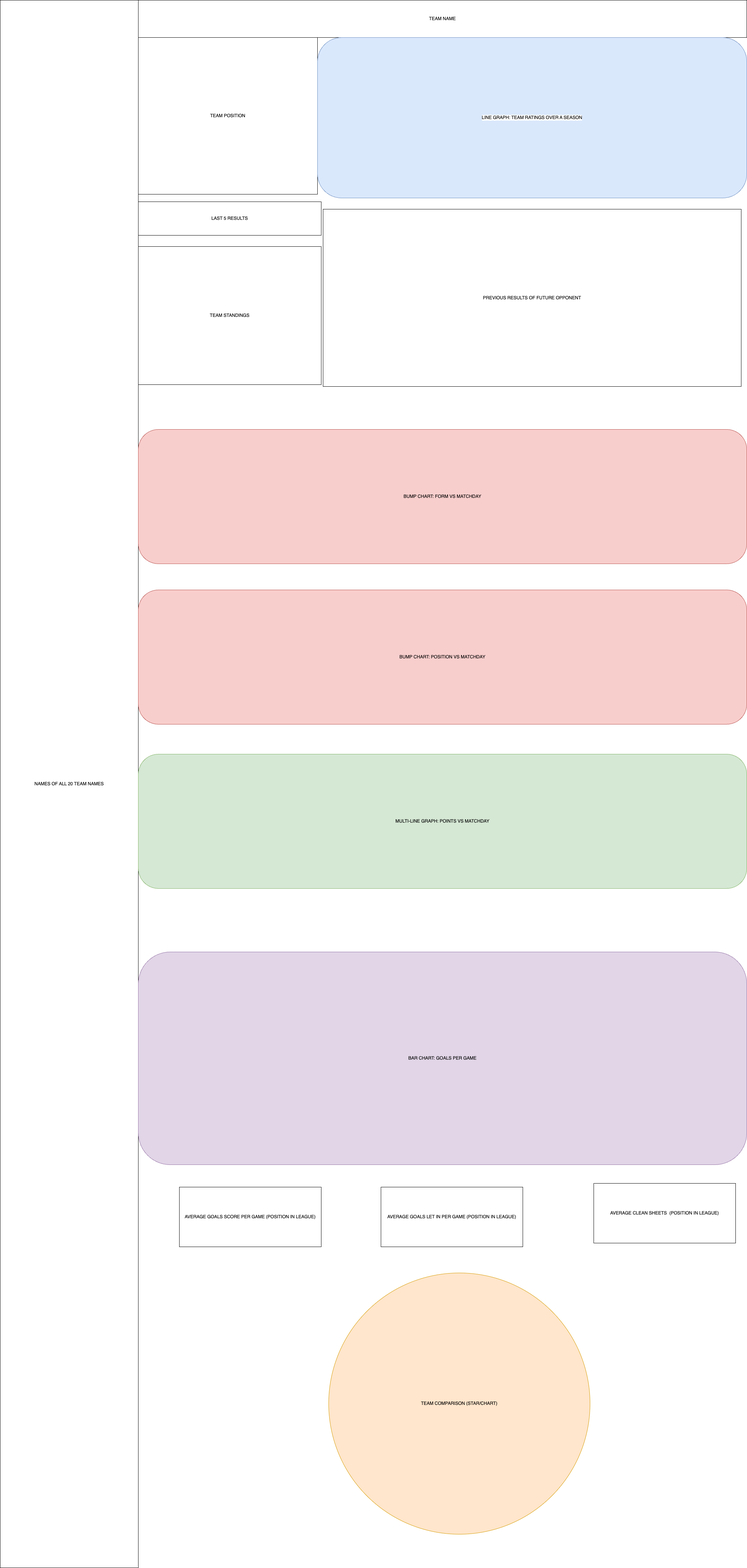
Above: layout.png in sreesh2411/DV-Project (draw.io), before the change. Source tidied: cells renumbered, new cells last; positions are measured from the earlier drawing's top-left corner, leaving out a move shared by most shapes. Its diagram source:
```xml
<mxGraphModel>
  <root>
    <mxCell id="0" />
    <mxCell id="1" parent="0" />
    <mxCell id="2" value="NAMES OF ALL 20 TEAM NAMES" style="rounded=0;whiteSpace=wrap;html=1;" parent="1" vertex="1">
      <mxGeometry width="370" height="4200" as="geometry" />
    </mxCell>
    <mxCell id="3" value="TEAM NAME" style="rounded=0;whiteSpace=wrap;html=1;" parent="1" vertex="1">
      <mxGeometry x="370" width="1630" height="100" as="geometry" />
    </mxCell>
    <mxCell id="4" value="TEAM POSITION" style="rounded=0;whiteSpace=wrap;html=1;" parent="1" vertex="1">
      <mxGeometry x="370" y="100" width="480" height="420" as="geometry" />
    </mxCell>
    <mxCell id="5" value="LINE GRAPH: TEAM RATINGS OVER A SEASON" style="rounded=1;whiteSpace=wrap;html=1;labelBackgroundColor=default;fillColor=#dae8fc;strokeColor=#6c8ebf;" parent="1" vertex="1">
      <mxGeometry x="850" y="100" width="1150" height="430" as="geometry" />
    </mxCell>
    <mxCell id="6" value="LAST 5 RESULTS" style="rounded=0;whiteSpace=wrap;html=1;" parent="1" vertex="1">
      <mxGeometry x="370" y="540" width="490" height="90" as="geometry" />
    </mxCell>
    <mxCell id="7" value="PREVIOUS RESULTS OF FUTURE OPPONENT" style="rounded=0;whiteSpace=wrap;html=1;" parent="1" vertex="1">
      <mxGeometry x="865" y="560" width="1120" height="475" as="geometry" />
    </mxCell>
    <mxCell id="8" value="TEAM STANDINGS" style="rounded=0;whiteSpace=wrap;html=1;" parent="1" vertex="1">
      <mxGeometry x="370" y="660" width="490" height="370" as="geometry" />
    </mxCell>
    <mxCell id="9" value="BUMP CHART: FORM VS MATCHDAY" style="rounded=1;whiteSpace=wrap;html=1;fillColor=#f8cecc;strokeColor=#b85450;" parent="1" vertex="1">
      <mxGeometry x="370" y="1150" width="1630" height="360" as="geometry" />
    </mxCell>
    <mxCell id="10" value="BUMP CHART: POSITION VS MATCHDAY" style="rounded=1;whiteSpace=wrap;html=1;fillColor=#f8cecc;strokeColor=#b85450;" parent="1" vertex="1">
      <mxGeometry x="370" y="1580" width="1630" height="360" as="geometry" />
    </mxCell>
    <mxCell id="11" value="MULTI-LINE GRAPH: POINTS VS MATCHDAY" style="rounded=1;whiteSpace=wrap;html=1;fillColor=#d5e8d4;strokeColor=#82b366;" parent="1" vertex="1">
      <mxGeometry x="370" y="2020" width="1630" height="360" as="geometry" />
    </mxCell>
    <mxCell id="12" value="BAR CHART: GOALS PER GAME" style="rounded=1;whiteSpace=wrap;html=1;fillColor=#e1d5e7;strokeColor=#9673a6;" parent="1" vertex="1">
      <mxGeometry x="370" y="2550" width="1630" height="570" as="geometry" />
    </mxCell>
    <mxCell id="13" value="AVERAGE GOALS SCORE PER GAME (POSITION IN LEAGUE)" style="rounded=0;whiteSpace=wrap;html=1;" parent="1" vertex="1">
      <mxGeometry x="480" y="3180" width="380" height="160" as="geometry" />
    </mxCell>
    <mxCell id="14" value="AVERAGE GOALS LET IN PER GAME (POSITION IN LEAGUE)" style="rounded=0;whiteSpace=wrap;html=1;" parent="1" vertex="1">
      <mxGeometry x="1020" y="3180" width="380" height="160" as="geometry" />
    </mxCell>
    <mxCell id="15" value="AVERAGE CLEAN SHEETS&amp;nbsp; (POSITION IN LEAGUE)" style="rounded=0;whiteSpace=wrap;html=1;" parent="1" vertex="1">
      <mxGeometry x="1590" y="3170" width="380" height="160" as="geometry" />
    </mxCell>
    <mxCell id="16" value="TEAM COMPARISON (STAR/CHART)" style="ellipse;whiteSpace=wrap;html=1;fillColor=#ffe6cc;strokeColor=#d79b00;" parent="1" vertex="1">
      <mxGeometry x="880" y="3410" width="700" height="700" as="geometry" />
    </mxCell>
  </root>
</mxGraphModel>
```
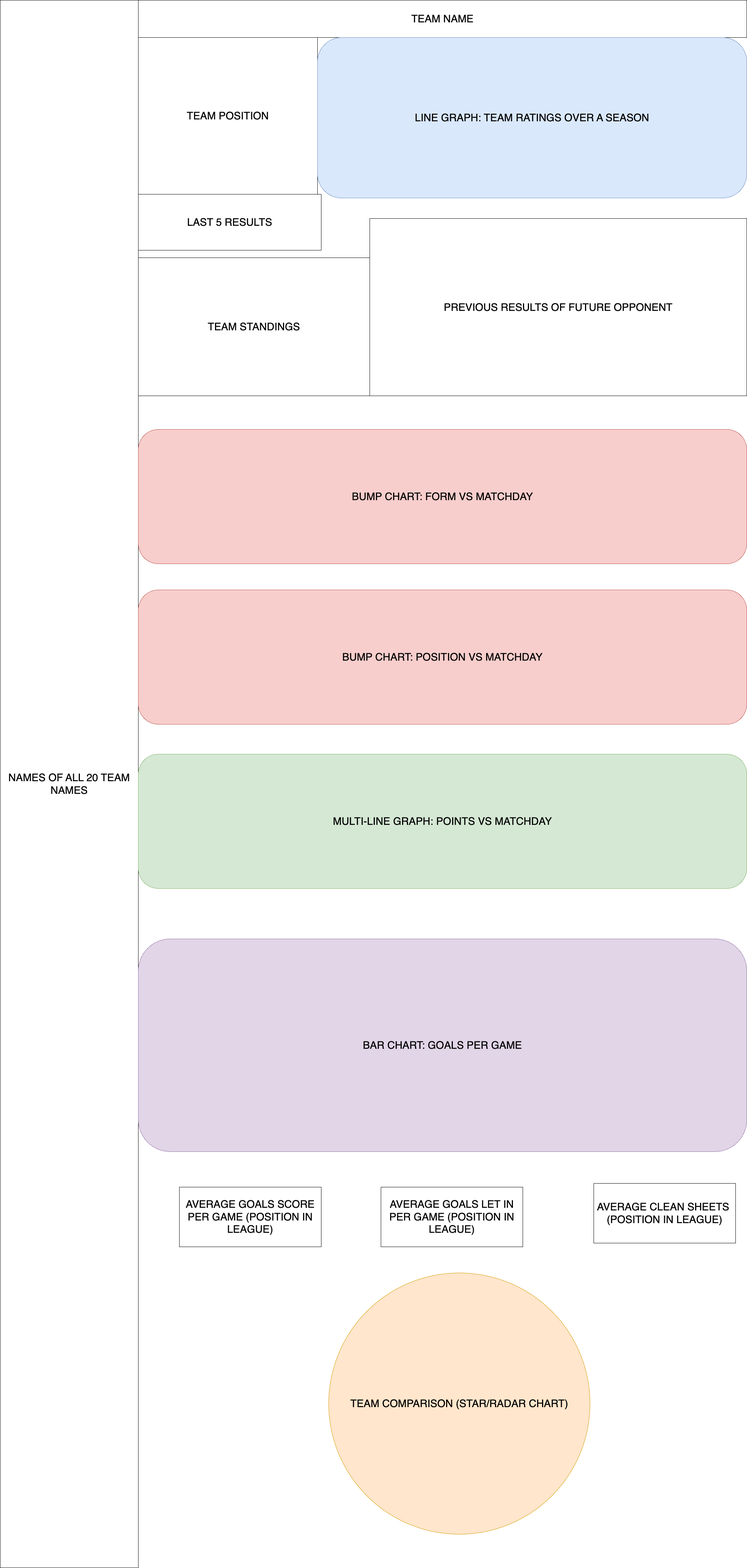
Later version of the same file.

Change to the diagram source:
```diff
@@ -2,49 +2,49 @@
   <root>
     <mxCell id="0" />
     <mxCell id="1" parent="0" />
-    <mxCell id="2" value="NAMES OF ALL 20 TEAM NAMES" style="rounded=0;whiteSpace=wrap;html=1;" parent="1" vertex="1">
+    <mxCell id="2" value="NAMES OF ALL 20 TEAM NAMES" style="rounded=0;whiteSpace=wrap;html=1;fontSize=28;" parent="1" vertex="1">
       <mxGeometry width="370" height="4200" as="geometry" />
     </mxCell>
-    <mxCell id="3" value="TEAM NAME" style="rounded=0;whiteSpace=wrap;html=1;" parent="1" vertex="1">
+    <mxCell id="3" value="TEAM NAME" style="rounded=0;whiteSpace=wrap;html=1;fontSize=28;" parent="1" vertex="1">
       <mxGeometry x="370" width="1630" height="100" as="geometry" />
     </mxCell>
-    <mxCell id="4" value="TEAM POSITION" style="rounded=0;whiteSpace=wrap;html=1;" parent="1" vertex="1">
+    <mxCell id="4" value="TEAM POSITION" style="rounded=0;whiteSpace=wrap;html=1;fontSize=28;" parent="1" vertex="1">
       <mxGeometry x="370" y="100" width="480" height="420" as="geometry" />
     </mxCell>
-    <mxCell id="5" value="LINE GRAPH: TEAM RATINGS OVER A SEASON" style="rounded=1;whiteSpace=wrap;html=1;labelBackgroundColor=default;fillColor=#dae8fc;strokeColor=#6c8ebf;" parent="1" vertex="1">
+    <mxCell id="5" value="LINE GRAPH: TEAM RATINGS OVER A SEASON" style="rounded=1;whiteSpace=wrap;html=1;labelBackgroundColor=none;fillColor=#dae8fc;strokeColor=#6c8ebf;fontSize=28;" parent="1" vertex="1">
       <mxGeometry x="850" y="100" width="1150" height="430" as="geometry" />
     </mxCell>
-    <mxCell id="6" value="LAST 5 RESULTS" style="rounded=0;whiteSpace=wrap;html=1;" parent="1" vertex="1">
-      <mxGeometry x="370" y="540" width="490" height="90" as="geometry" />
+    <mxCell id="6" value="LAST 5 RESULTS" style="rounded=0;whiteSpace=wrap;html=1;fontSize=28;" parent="1" vertex="1">
+      <mxGeometry x="370" y="520" width="490" height="150" as="geometry" />
     </mxCell>
-    <mxCell id="7" value="PREVIOUS RESULTS OF FUTURE OPPONENT" style="rounded=0;whiteSpace=wrap;html=1;" parent="1" vertex="1">
-      <mxGeometry x="865" y="560" width="1120" height="475" as="geometry" />
+    <mxCell id="7" value="PREVIOUS RESULTS OF FUTURE OPPONENT" style="rounded=0;whiteSpace=wrap;html=1;fontSize=28;" parent="1" vertex="1">
+      <mxGeometry x="990" y="585" width="1010" height="475" as="geometry" />
     </mxCell>
-    <mxCell id="8" value="TEAM STANDINGS" style="rounded=0;whiteSpace=wrap;html=1;" parent="1" vertex="1">
-      <mxGeometry x="370" y="660" width="490" height="370" as="geometry" />
+    <mxCell id="8" value="TEAM STANDINGS" style="rounded=0;whiteSpace=wrap;html=1;fontSize=28;" parent="1" vertex="1">
+      <mxGeometry x="370" y="690" width="620" height="370" as="geometry" />
     </mxCell>
-    <mxCell id="9" value="BUMP CHART: FORM VS MATCHDAY" style="rounded=1;whiteSpace=wrap;html=1;fillColor=#f8cecc;strokeColor=#b85450;" parent="1" vertex="1">
+    <mxCell id="9" value="BUMP CHART: FORM VS MATCHDAY" style="rounded=1;whiteSpace=wrap;html=1;fillColor=#f8cecc;strokeColor=#b85450;fontSize=28;" parent="1" vertex="1">
       <mxGeometry x="370" y="1150" width="1630" height="360" as="geometry" />
     </mxCell>
-    <mxCell id="10" value="BUMP CHART: POSITION VS MATCHDAY" style="rounded=1;whiteSpace=wrap;html=1;fillColor=#f8cecc;strokeColor=#b85450;" parent="1" vertex="1">
+    <mxCell id="10" value="BUMP CHART: POSITION VS MATCHDAY" style="rounded=1;whiteSpace=wrap;html=1;fillColor=#f8cecc;strokeColor=#b85450;fontSize=28;" parent="1" vertex="1">
       <mxGeometry x="370" y="1580" width="1630" height="360" as="geometry" />
     </mxCell>
-    <mxCell id="11" value="MULTI-LINE GRAPH: POINTS VS MATCHDAY" style="rounded=1;whiteSpace=wrap;html=1;fillColor=#d5e8d4;strokeColor=#82b366;" parent="1" vertex="1">
+    <mxCell id="11" value="MULTI-LINE GRAPH: POINTS VS MATCHDAY" style="rounded=1;whiteSpace=wrap;html=1;fillColor=#d5e8d4;strokeColor=#82b366;fontSize=28;" parent="1" vertex="1">
       <mxGeometry x="370" y="2020" width="1630" height="360" as="geometry" />
     </mxCell>
-    <mxCell id="12" value="BAR CHART: GOALS PER GAME" style="rounded=1;whiteSpace=wrap;html=1;fillColor=#e1d5e7;strokeColor=#9673a6;" parent="1" vertex="1">
-      <mxGeometry x="370" y="2550" width="1630" height="570" as="geometry" />
+    <mxCell id="12" value="BAR CHART: GOALS PER GAME" style="rounded=1;whiteSpace=wrap;html=1;fillColor=#e1d5e7;strokeColor=#9673a6;fontSize=28;" parent="1" vertex="1">
+      <mxGeometry x="370" y="2515" width="1630" height="570" as="geometry" />
     </mxCell>
-    <mxCell id="13" value="AVERAGE GOALS SCORE PER GAME (POSITION IN LEAGUE)" style="rounded=0;whiteSpace=wrap;html=1;" parent="1" vertex="1">
+    <mxCell id="13" value="AVERAGE GOALS SCORE PER GAME (POSITION IN LEAGUE)" style="rounded=0;whiteSpace=wrap;html=1;fontSize=28;" parent="1" vertex="1">
       <mxGeometry x="480" y="3180" width="380" height="160" as="geometry" />
     </mxCell>
-    <mxCell id="14" value="AVERAGE GOALS LET IN PER GAME (POSITION IN LEAGUE)" style="rounded=0;whiteSpace=wrap;html=1;" parent="1" vertex="1">
+    <mxCell id="14" value="AVERAGE GOALS LET IN PER GAME (POSITION IN LEAGUE)" style="rounded=0;whiteSpace=wrap;html=1;fontSize=28;" parent="1" vertex="1">
       <mxGeometry x="1020" y="3180" width="380" height="160" as="geometry" />
     </mxCell>
-    <mxCell id="15" value="AVERAGE CLEAN SHEETS&amp;nbsp; (POSITION IN LEAGUE)" style="rounded=0;whiteSpace=wrap;html=1;" parent="1" vertex="1">
+    <mxCell id="15" value="AVERAGE CLEAN SHEETS&amp;nbsp; (POSITION IN LEAGUE)" style="rounded=0;whiteSpace=wrap;html=1;fontSize=28;" parent="1" vertex="1">
       <mxGeometry x="1590" y="3170" width="380" height="160" as="geometry" />
     </mxCell>
-    <mxCell id="16" value="TEAM COMPARISON (STAR/CHART)" style="ellipse;whiteSpace=wrap;html=1;fillColor=#ffe6cc;strokeColor=#d79b00;" parent="1" vertex="1">
+    <mxCell id="16" value="TEAM COMPARISON (STAR/RADAR CHART)" style="ellipse;whiteSpace=wrap;html=1;fillColor=#ffe6cc;strokeColor=#d79b00;fontSize=28;" parent="1" vertex="1">
       <mxGeometry x="880" y="3410" width="700" height="700" as="geometry" />
     </mxCell>
   </root>
```
